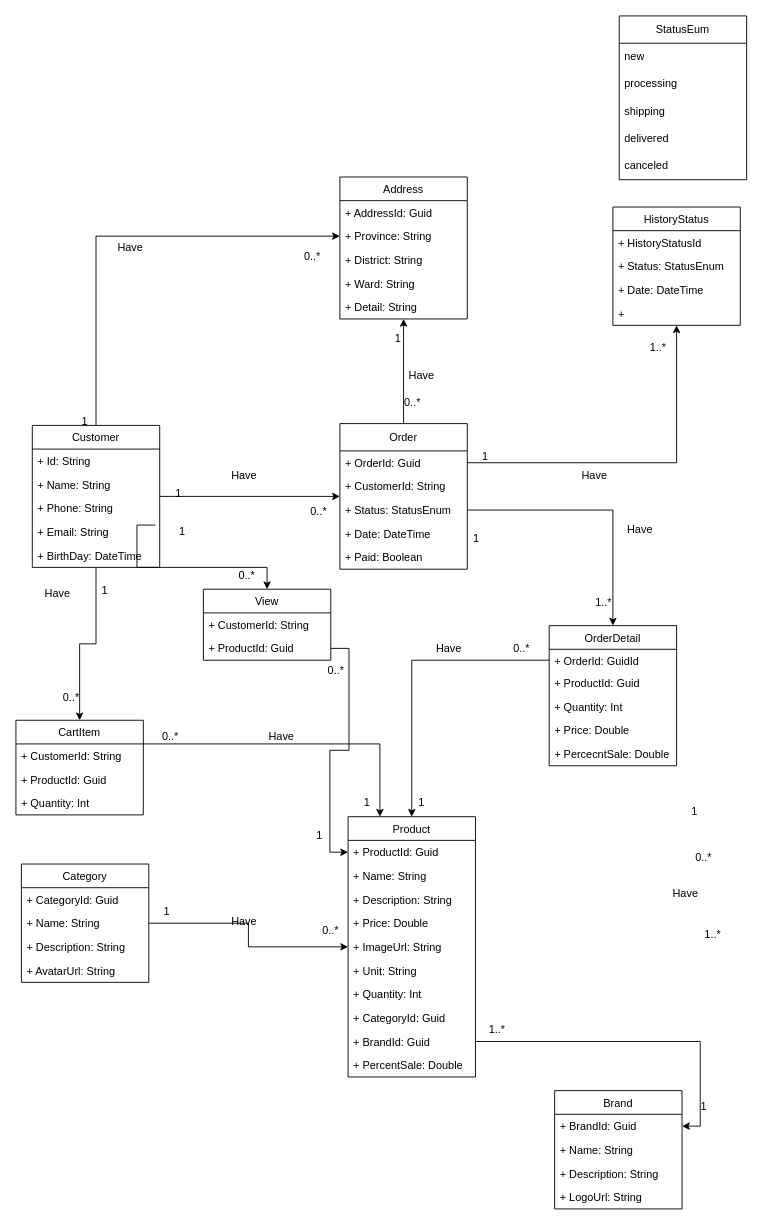
Before: ClassDiagram.drawio in cuongcamauit/LandP, a draw.io diagram. Source tidied: cells renumbered, new cells numbered last; positions are measured from the earlier drawing's top-left corner, leaving out a move shared by most shapes. Both pictures are drawn from the tidied source at 91%, with x=0, y=0 at pixel (15, 15).
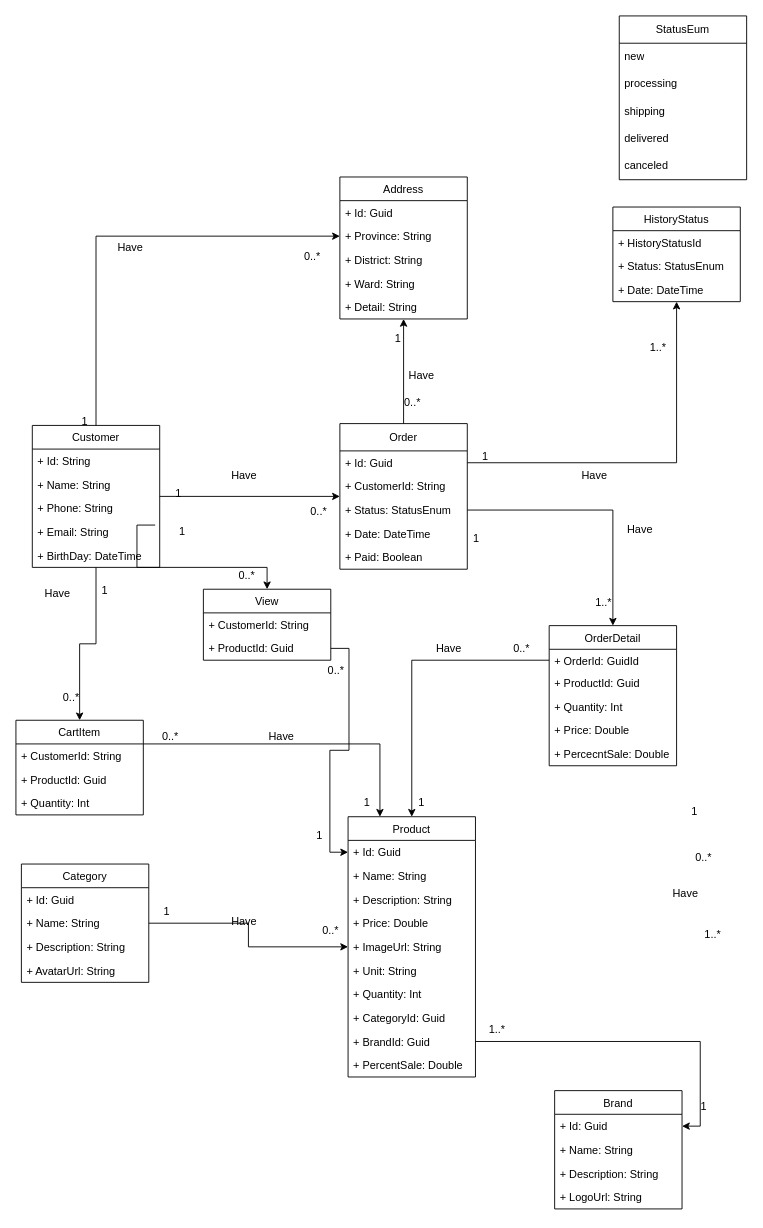
After the change.

The change refers to these unchanged cells:
```xml
<mxCell id="2" value="Category" style="swimlane;fontStyle=0;horizontal=1;startSize=26;fillColor=none;" parent="1" vertex="1">
  <mxGeometry x="6" y="932" width="140" height="130" as="geometry" />
</mxCell>
<mxCell id="12" value="Address" style="swimlane;fontStyle=0;horizontal=1;startSize=26;fillColor=none;" parent="1" vertex="1">
  <mxGeometry x="356" y="177" width="140" height="156" as="geometry" />
</mxCell>
<mxCell id="19" value="Order" style="swimlane;fontStyle=0;horizontal=1;startSize=30;fillColor=none;" parent="1" vertex="1">
  <mxGeometry x="356" y="448" width="140" height="160" as="geometry" />
</mxCell>
<mxCell id="80" value="Product" style="swimlane;fontStyle=0;horizontal=1;startSize=26;fillColor=none;" parent="77" vertex="1">
  <mxGeometry x="-51" y="200" width="140" height="286" as="geometry" />
</mxCell>
<mxCell id="110" value="Brand" style="swimlane;fontStyle=0;horizontal=1;startSize=26;fillColor=none;" parent="1" vertex="1">
  <mxGeometry x="592" y="1181" width="140" height="130" as="geometry" />
</mxCell>
```

Diff of the diagram source:
```diff
@@
-    <mxCell id="3" value="+ CategoryId: Guid" style="text;strokeColor=none;fillColor=none;align=left;verticalAlign=top;spacingLeft=4;spacingRight=4;overflow=hidden;" parent="2" vertex="1">
+    <mxCell id="3" value="+ Id: Guid" style="text;strokeColor=none;fillColor=none;align=left;verticalAlign=top;spacingLeft=4;spacingRight=4;overflow=hidden;" parent="2" vertex="1">
       <mxGeometry y="26" width="140" height="26" as="geometry" />
     </mxCell>
@@
-    <mxCell id="13" value="+ AddressId: Guid" style="text;strokeColor=none;fillColor=none;align=left;verticalAlign=top;spacingLeft=4;spacingRight=4;overflow=hidden;" parent="12" vertex="1">
+    <mxCell id="13" value="+ Id: Guid" style="text;strokeColor=none;fillColor=none;align=left;verticalAlign=top;spacingLeft=4;spacingRight=4;overflow=hidden;" parent="12" vertex="1">
       <mxGeometry y="26" width="140" height="26" as="geometry" />
     </mxCell>
@@
-    <mxCell id="20" value="+ OrderId: Guid" style="text;strokeColor=none;fillColor=none;align=left;verticalAlign=top;spacingLeft=4;spacingRight=4;overflow=hidden;points=[[0,0.5],[1,0.5]];portConstraint=eastwest;" parent="19" vertex="1">
+    <mxCell id="20" value="+ Id: Guid" style="text;strokeColor=none;fillColor=none;align=left;verticalAlign=top;spacingLeft=4;spacingRight=4;overflow=hidden;points=[[0,0.5],[1,0.5]];portConstraint=eastwest;" parent="19" vertex="1">
       <mxGeometry y="30" width="140" height="26" as="geometry" />
     </mxCell>
@@
     <mxCell id="31" value="HistoryStatus" style="swimlane;fontStyle=0;horizontal=1;startSize=26;fillColor=none;" parent="1" vertex="1">
-      <mxGeometry x="656" y="210" width="140" height="130" as="geometry" />
+      <mxGeometry x="656" y="210" width="140" height="104" as="geometry" />
     </mxCell>
@@
-    <mxCell id="35" value="+ " style="text;strokeColor=none;fillColor=none;align=left;verticalAlign=top;spacingLeft=4;spacingRight=4;overflow=hidden;" parent="31" vertex="1">
-      <mxGeometry y="104" width="140" height="26" as="geometry" />
-    </mxCell>
@@
-    <mxCell id="81" value="+ ProductId: Guid" style="text;strokeColor=none;fillColor=none;align=left;verticalAlign=top;spacingLeft=4;spacingRight=4;overflow=hidden;points=[[0,0.5],[1,0.5]];portConstraint=eastwest;" parent="80" vertex="1">
+    <mxCell id="81" value="+ Id: Guid" style="text;strokeColor=none;fillColor=none;align=left;verticalAlign=top;spacingLeft=4;spacingRight=4;overflow=hidden;points=[[0,0.5],[1,0.5]];portConstraint=eastwest;" parent="80" vertex="1">
       <mxGeometry y="26" width="140" height="26" as="geometry" />
     </mxCell>
@@
-    <mxCell id="111" value="+ BrandId: Guid" style="text;strokeColor=none;fillColor=none;align=left;verticalAlign=top;spacingLeft=4;spacingRight=4;overflow=hidden;points=[[0,0.5],[1,0.5]];portConstraint=eastwest;" parent="110" vertex="1">
+    <mxCell id="111" value="+ Id: Guid" style="text;strokeColor=none;fillColor=none;align=left;verticalAlign=top;spacingLeft=4;spacingRight=4;overflow=hidden;points=[[0,0.5],[1,0.5]];portConstraint=eastwest;" parent="110" vertex="1">
       <mxGeometry y="26" width="140" height="26" as="geometry" />
     </mxCell>
```
